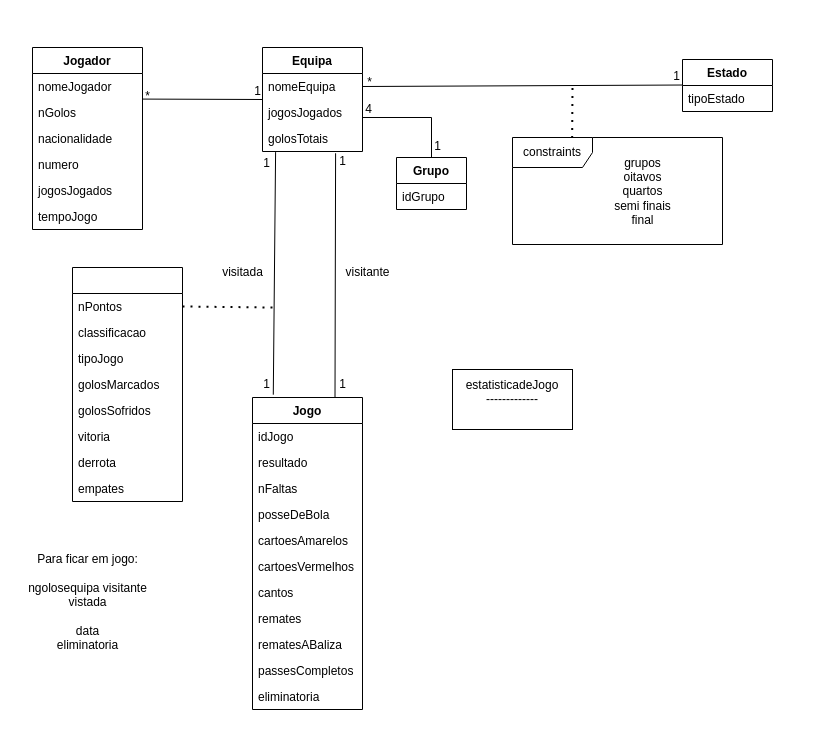
This is diagrama bonito.drawio from dratomitoma/BD, a draw.io file, before an edit. Source tidied: cells renumbered, new cells numbered last; positions are measured from the earlier drawing's top-left corner, leaving out a move shared by most shapes. Both pictures are drawn from the tidied source at 100%, with x=0, y=0 at pixel (17, 47).
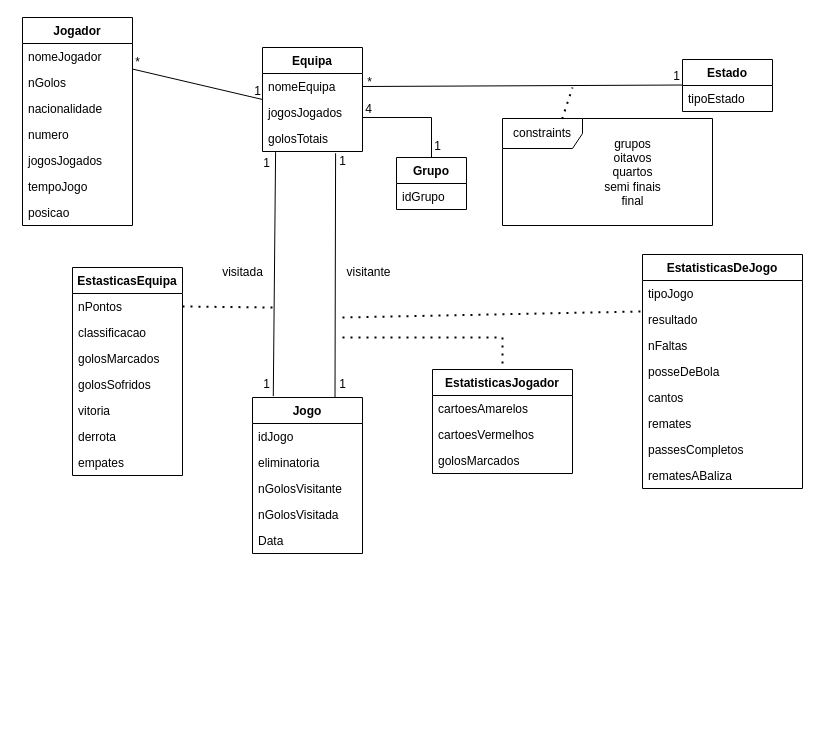
Above is the later version.

Commit message:
diagrama novo

Change to the diagram source:
```diff
@@
     <mxCell id="6" value="Jogador" style="swimlane;fontStyle=1;align=center;verticalAlign=top;horizontal=1;startSize=26;" parent="1" vertex="1">
-      <mxGeometry x="15" width="110" height="182" as="geometry" />
+      <mxGeometry x="5" y="-30" width="110" height="208" as="geometry" />
     </mxCell>
@@
+    <mxCell id="61" value="posicao" style="text;strokeColor=none;fillColor=none;align=left;verticalAlign=top;spacingLeft=4;spacingRight=4;overflow=hidden;" parent="6" vertex="1">
+      <mxGeometry y="182" width="110" height="26" as="geometry" />
+    </mxCell>
@@
     <mxCell id="14" value="Jogo" style="swimlane;fontStyle=1;align=center;verticalAlign=top;horizontal=1;startSize=26;" parent="1" vertex="1">
-      <mxGeometry x="235" y="350" width="110" height="312" as="geometry" />
+      <mxGeometry x="235" y="350" width="110" height="156" as="geometry" />
     </mxCell>
@@
-    <mxCell id="16" value="resultado" style="text;strokeColor=none;fillColor=none;align=left;verticalAlign=top;spacingLeft=4;spacingRight=4;overflow=hidden;points=[[0,0.5],[1,0.5]];portConstraint=eastwest;" parent="14" vertex="1">
-      <mxGeometry y="52" width="110" height="26" as="geometry" />
-    </mxCell>
-    <mxCell id="17" value="nFaltas" style="text;strokeColor=none;fillColor=none;align=left;verticalAlign=top;spacingLeft=4;spacingRight=4;overflow=hidden;" parent="14" vertex="1">
-      <mxGeometry y="78" width="110" height="26" as="geometry" />
-    </mxCell>
-    <mxCell id="18" value="posseDeBola" style="text;strokeColor=none;fillColor=none;align=left;verticalAlign=top;spacingLeft=4;spacingRight=4;overflow=hidden;" parent="14" vertex="1">
-      <mxGeometry y="104" width="110" height="26" as="geometry" />
-    </mxCell>
-    <mxCell id="19" value="cartoesAmarelos" style="text;strokeColor=none;fillColor=none;align=left;verticalAlign=top;spacingLeft=4;spacingRight=4;overflow=hidden;" parent="14" vertex="1">
-      <mxGeometry y="130" width="110" height="26" as="geometry" />
-    </mxCell>
-    <mxCell id="20" value="cartoesVermelhos" style="text;strokeColor=none;fillColor=none;align=left;verticalAlign=top;spacingLeft=4;spacingRight=4;overflow=hidden;" parent="14" vertex="1">
-      <mxGeometry y="156" width="110" height="26" as="geometry" />
-    </mxCell>
-    <mxCell id="21" value="cantos" style="text;strokeColor=none;fillColor=none;align=left;verticalAlign=top;spacingLeft=4;spacingRight=4;overflow=hidden;" parent="14" vertex="1">
-      <mxGeometry y="182" width="110" height="26" as="geometry" />
-    </mxCell>
-    <mxCell id="22" value="remates" style="text;strokeColor=none;fillColor=none;align=left;verticalAlign=top;spacingLeft=4;spacingRight=4;overflow=hidden;" parent="14" vertex="1">
-      <mxGeometry y="208" width="110" height="26" as="geometry" />
-    </mxCell>
-    <mxCell id="23" value="rematesABaliza" style="text;strokeColor=none;fillColor=none;align=left;verticalAlign=top;spacingLeft=4;spacingRight=4;overflow=hidden;" parent="14" vertex="1">
-      <mxGeometry y="234" width="110" height="26" as="geometry" />
-    </mxCell>
-    <mxCell id="24" value="passesCompletos" style="text;strokeColor=none;fillColor=none;align=left;verticalAlign=top;spacingLeft=4;spacingRight=4;overflow=hidden;" parent="14" vertex="1">
-      <mxGeometry y="260" width="110" height="26" as="geometry" />
-    </mxCell>
     <mxCell id="25" value="eliminatoria" style="text;strokeColor=none;fillColor=none;align=left;verticalAlign=top;spacingLeft=4;spacingRight=4;overflow=hidden;" parent="14" vertex="1">
-      <mxGeometry y="286" width="110" height="26" as="geometry" />
+      <mxGeometry y="52" width="110" height="26" as="geometry" />
     </mxCell>
+    <mxCell id="62" value="nGolosVisitante" style="text;strokeColor=none;fillColor=none;align=left;verticalAlign=top;spacingLeft=4;spacingRight=4;overflow=hidden;" parent="14" vertex="1">
+      <mxGeometry y="78" width="110" height="26" as="geometry" />
+    </mxCell>
+    <mxCell id="63" value="nGolosVisitada" style="text;strokeColor=none;fillColor=none;align=left;verticalAlign=top;spacingLeft=4;spacingRight=4;overflow=hidden;" parent="14" vertex="1">
+      <mxGeometry y="104" width="110" height="26" as="geometry" />
+    </mxCell>
+    <mxCell id="64" value="Data" style="text;strokeColor=none;fillColor=none;align=left;verticalAlign=top;spacingLeft=4;spacingRight=4;overflow=hidden;" parent="14" vertex="1">
+      <mxGeometry y="130" width="110" height="26" as="geometry" />
+    </mxCell>
@@
     <mxCell id="29" value="visitante" style="text;html=1;align=center;verticalAlign=middle;strokeColor=none;fillColor=none;" parent="1" vertex="1">
-      <mxGeometry x="315" y="210" width="70" height="30" as="geometry" />
+      <mxGeometry x="316" y="210" width="70" height="30" as="geometry" />
     </mxCell>
-    <mxCell id="30" style="swimlane;fontStyle=1;align=center;verticalAlign=top;horizontal=1;startSize=26;" parent="1" vertex="1">
-      <mxGeometry x="55" y="220" width="110" height="234" as="geometry" />
+    <mxCell id="30" value="EstasticasEquipa" style="swimlane;fontStyle=1;align=center;verticalAlign=top;horizontal=1;startSize=26;" parent="1" vertex="1">
+      <mxGeometry x="55" y="220" width="110" height="208" as="geometry" />
     </mxCell>
@@
-    <mxCell id="33" value="tipoJogo" style="text;strokeColor=none;fillColor=none;align=left;verticalAlign=top;spacingLeft=4;spacingRight=4;overflow=hidden;" parent="30" vertex="1">
-      <mxGeometry y="78" width="110" height="26" as="geometry" />
-    </mxCell>
     <mxCell id="34" value="golosMarcados" style="text;strokeColor=none;fillColor=none;align=left;verticalAlign=top;spacingLeft=4;spacingRight=4;overflow=hidden;" parent="30" vertex="1">
-      <mxGeometry y="104" width="110" height="26" as="geometry" />
+      <mxGeometry y="78" width="110" height="26" as="geometry" />
     </mxCell>
     <mxCell id="35" value="golosSofridos" style="text;strokeColor=none;fillColor=none;align=left;verticalAlign=top;spacingLeft=4;spacingRight=4;overflow=hidden;" parent="30" vertex="1">
-      <mxGeometry y="130" width="110" height="26" as="geometry" />
+      <mxGeometry y="104" width="110" height="26" as="geometry" />
     </mxCell>
     <mxCell id="36" value="vitoria" style="text;strokeColor=none;fillColor=none;align=left;verticalAlign=top;spacingLeft=4;spacingRight=4;overflow=hidden;" parent="30" vertex="1">
-      <mxGeometry y="156" width="110" height="26" as="geometry" />
+      <mxGeometry y="130" width="110" height="26" as="geometry" />
     </mxCell>
     <mxCell id="37" value="derrota" style="text;strokeColor=none;fillColor=none;align=left;verticalAlign=top;spacingLeft=4;spacingRight=4;overflow=hidden;" parent="30" vertex="1">
-      <mxGeometry y="182" width="110" height="26" as="geometry" />
+      <mxGeometry y="156" width="110" height="26" as="geometry" />
     </mxCell>
     <mxCell id="38" value="empates" style="text;strokeColor=none;fillColor=none;align=left;verticalAlign=top;spacingLeft=4;spacingRight=4;overflow=hidden;" parent="30" vertex="1">
-      <mxGeometry y="208" width="110" height="26" as="geometry" />
+      <mxGeometry y="182" width="110" height="26" as="geometry" />
     </mxCell>
@@
     <mxCell id="40" value="*" style="text;html=1;align=center;verticalAlign=middle;strokeColor=none;fillColor=none;" parent="1" vertex="1">
-      <mxGeometry x="115" y="34" width="30" height="30" as="geometry" />
+      <mxGeometry x="105" width="30" height="30" as="geometry" />
     </mxCell>
@@
     <mxCell id="48" value="constraints" style="shape=umlFrame;whiteSpace=wrap;html=1;width=80;height=30;" parent="1" vertex="1">
-      <mxGeometry x="495" y="90" width="210" height="107" as="geometry" />
+      <mxGeometry x="485" y="71" width="210" height="107" as="geometry" />
     </mxCell>
     <mxCell id="49" value="&lt;div&gt;grupos&lt;/div&gt;&lt;div&gt;oitavos&lt;/div&gt;&lt;div&gt;quartos&lt;/div&gt;&lt;div&gt;semi finais&lt;/div&gt;&lt;div&gt;final&lt;br&gt;&lt;/div&gt;" style="text;html=1;align=center;verticalAlign=middle;strokeColor=none;fillColor=none;" parent="1" vertex="1">
-      <mxGeometry x="585" y="98.5" width="80" height="90" as="geometry" />
+      <mxGeometry x="575" y="79.5" width="80" height="90" as="geometry" />
     </mxCell>
@@
-    <mxCell id="59" value="&lt;div&gt;estatisticadeJogo&lt;/div&gt;&lt;div&gt;-------------&lt;/div&gt;&lt;div&gt;&lt;br&gt;&lt;/div&gt;" style="rounded=0;whiteSpace=wrap;html=1;" parent="1" vertex="1">
-      <mxGeometry x="435" y="322" width="120" height="60" as="geometry" />
-    </mxCell>
-    <mxCell id="60" value="&lt;div&gt;Para ficar em jogo:&lt;br&gt;&lt;/div&gt;&lt;div&gt;&lt;br&gt;&lt;/div&gt;&lt;div&gt;ngolosequipa visitante&lt;/div&gt;&lt;div&gt;vistada&lt;/div&gt;&lt;div&gt;&lt;br&gt;&lt;/div&gt;&lt;div&gt;data&lt;/div&gt;&lt;div&gt;eliminatoria&lt;br&gt;&lt;/div&gt;" style="text;html=1;align=center;verticalAlign=middle;strokeColor=none;fillColor=none;" parent="1" vertex="1">
-      <mxGeometry y="500" width="140" height="110" as="geometry" />
-    </mxCell>
+    <mxCell id="65" value="EstatisticasDeJogo" style="swimlane;fontStyle=1;align=center;verticalAlign=top;horizontal=1;startSize=26;" parent="1" vertex="1">
+      <mxGeometry x="625" y="207" width="160" height="234" as="geometry" />
+    </mxCell>
+    <mxCell id="33" value="tipoJogo" style="text;strokeColor=none;fillColor=none;align=left;verticalAlign=top;spacingLeft=4;spacingRight=4;overflow=hidden;" parent="65" vertex="1">
+      <mxGeometry y="26" width="160" height="26" as="geometry" />
+    </mxCell>
+    <mxCell id="16" value="resultado" style="text;strokeColor=none;fillColor=none;align=left;verticalAlign=top;spacingLeft=4;spacingRight=4;overflow=hidden;points=[[0,0.5],[1,0.5]];portConstraint=eastwest;" parent="65" vertex="1">
+      <mxGeometry y="52" width="160" height="26" as="geometry" />
+    </mxCell>
+    <mxCell id="17" value="nFaltas" style="text;strokeColor=none;fillColor=none;align=left;verticalAlign=top;spacingLeft=4;spacingRight=4;overflow=hidden;" parent="65" vertex="1">
+      <mxGeometry y="78" width="160" height="26" as="geometry" />
+    </mxCell>
+    <mxCell id="18" value="posseDeBola" style="text;strokeColor=none;fillColor=none;align=left;verticalAlign=top;spacingLeft=4;spacingRight=4;overflow=hidden;" parent="65" vertex="1">
+      <mxGeometry y="104" width="160" height="26" as="geometry" />
+    </mxCell>
+    <mxCell id="21" value="cantos" style="text;strokeColor=none;fillColor=none;align=left;verticalAlign=top;spacingLeft=4;spacingRight=4;overflow=hidden;" parent="65" vertex="1">
+      <mxGeometry y="130" width="160" height="26" as="geometry" />
+    </mxCell>
+    <mxCell id="22" value="remates" style="text;strokeColor=none;fillColor=none;align=left;verticalAlign=top;spacingLeft=4;spacingRight=4;overflow=hidden;" parent="65" vertex="1">
+      <mxGeometry y="156" width="160" height="26" as="geometry" />
+    </mxCell>
+    <mxCell id="24" value="passesCompletos" style="text;strokeColor=none;fillColor=none;align=left;verticalAlign=top;spacingLeft=4;spacingRight=4;overflow=hidden;" parent="65" vertex="1">
+      <mxGeometry y="182" width="160" height="26" as="geometry" />
+    </mxCell>
+    <mxCell id="23" value="rematesABaliza" style="text;strokeColor=none;fillColor=none;align=left;verticalAlign=top;spacingLeft=4;spacingRight=4;overflow=hidden;" parent="65" vertex="1">
+      <mxGeometry y="208" width="160" height="26" as="geometry" />
+    </mxCell>
+    <mxCell id="66" style="endArrow=none;dashed=1;html=1;dashPattern=1 3;strokeWidth=2;rounded=0;entryX=-0.012;entryY=0.192;entryDx=0;entryDy=0;entryPerimeter=0;" parent="1" edge="1" target="16">
+      <mxGeometry relative="1" as="geometry">
+        <mxPoint x="325" y="270" as="sourcePoint" />
+      </mxGeometry>
+    </mxCell>
+    <mxCell id="67" value="EstatisticasJogador" style="swimlane;fontStyle=1;align=center;verticalAlign=top;horizontal=1;startSize=26;" parent="1" vertex="1">
+      <mxGeometry x="415" y="322" width="140" height="104" as="geometry" />
+    </mxCell>
+    <mxCell id="19" value="cartoesAmarelos" style="text;strokeColor=none;fillColor=none;align=left;verticalAlign=top;spacingLeft=4;spacingRight=4;overflow=hidden;" parent="67" vertex="1">
+      <mxGeometry y="26" width="140" height="26" as="geometry" />
+    </mxCell>
+    <mxCell id="20" value="cartoesVermelhos" style="text;strokeColor=none;fillColor=none;align=left;verticalAlign=top;spacingLeft=4;spacingRight=4;overflow=hidden;" parent="67" vertex="1">
+      <mxGeometry y="52" width="140" height="26" as="geometry" />
+    </mxCell>
+    <mxCell id="68" value="golosMarcados" style="text;strokeColor=none;fillColor=none;align=left;verticalAlign=top;spacingLeft=4;spacingRight=4;overflow=hidden;" parent="67" vertex="1">
+      <mxGeometry y="78" width="140" height="26" as="geometry" />
+    </mxCell>
+    <mxCell id="69" style="endArrow=none;dashed=1;html=1;dashPattern=1 3;strokeWidth=2;rounded=0;entryX=0.5;entryY=0;entryDx=0;entryDy=0;" parent="1" edge="1" target="67">
+      <mxGeometry relative="1" as="geometry">
+        <mxPoint x="325" y="290" as="sourcePoint" />
+        <Array as="points">
+          <mxPoint x="485" y="290" />
+        </Array>
+      </mxGeometry>
+    </mxCell>
```
